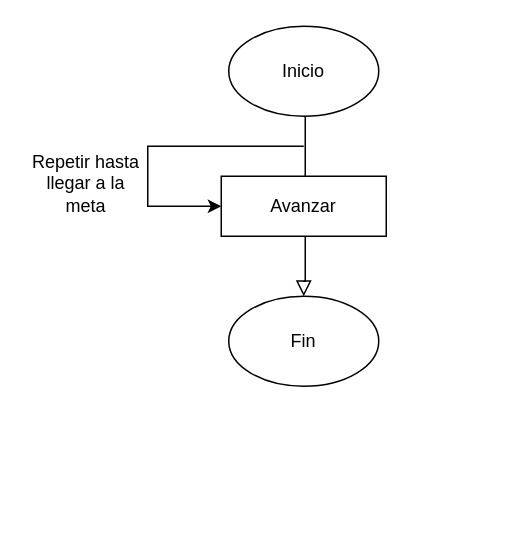
The draw.io diagram page "Maze 3" (3 of 10) of Untitled Diagram.drawio in Daniel-Cabbelt/Flowcharts, before the edit. Source tidied: cells renumbered, new cells numbered last; positions are measured from the earlier drawing's top-left corner, leaving out a move shared by most shapes. Both pictures are drawn from the tidied source at 150%, with x=0, y=0 at pixel (26, 26).
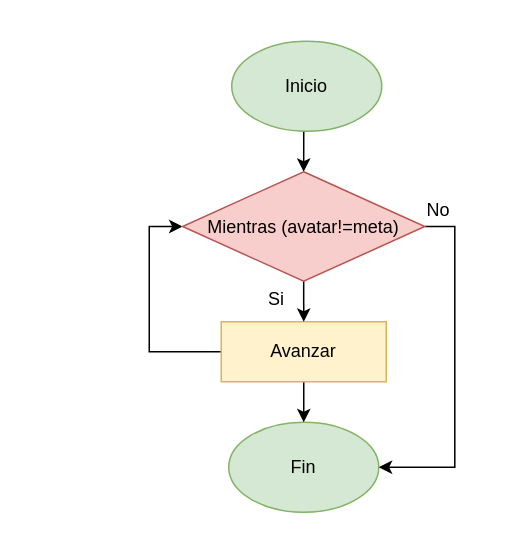
After the change.

Change to the diagram source:
```diff
@@
 <mxGraphModel>
   <root>
     <mxCell id="0" />
     <mxCell id="1" parent="0" />
-    <mxCell id="2" style="rounded=0;html=1;jettySize=auto;fontSize=11;endArrow=block;endFill=0;endSize=8;strokeWidth=1;shadow=0;labelBackgroundColor=none;edgeStyle=orthogonalEdgeStyle;entryX=0.5;entryY=0;entryDx=0;entryDy=0;" parent="1" edge="1" target="5">
-      <mxGeometry relative="1" as="geometry">
-        <mxPoint x="185" y="60" as="sourcePoint" />
-        <Array as="points">
-          <mxPoint x="186" y="60" />
-          <mxPoint x="186" y="170" />
-        </Array>
-      </mxGeometry>
-    </mxCell>
-    <mxCell id="3" style="edgeStyle=orthogonalEdgeStyle;rounded=0;jettySize=auto;html=1;entryX=0;entryY=0.5;entryDx=0;entryDy=0;" parent="1" edge="1" target="6">
-      <mxGeometry relative="1" as="geometry">
-        <mxPoint x="185" y="80" as="sourcePoint" />
-        <Array as="points">
-          <mxPoint x="81" y="80" />
-          <mxPoint x="81" y="120" />
-        </Array>
-      </mxGeometry>
-    </mxCell>
+    <mxCell id="8" style="edgeStyle=orthogonalEdgeStyle;rounded=0;jettySize=auto;html=1;exitX=0.5;exitY=1;exitDx=0;exitDy=0;entryX=0.5;entryY=0;entryDx=0;entryDy=0;" parent="1" edge="1" source="4" target="13">
+      <mxGeometry relative="1" as="geometry" />
+    </mxCell>
-    <mxCell id="4" value="Inicio" style="ellipse;whiteSpace=wrap;html=1;" parent="1" vertex="1">
-      <mxGeometry x="135" width="100" height="60" as="geometry" />
+    <mxCell id="4" value="Inicio" style="ellipse;whiteSpace=wrap;html=1;fillColor=#d5e8d4;strokeColor=#82b366;" parent="1" vertex="1">
+      <mxGeometry x="137" y="10" width="100" height="60" as="geometry" />
     </mxCell>
-    <mxCell id="5" value="Fin" style="ellipse;whiteSpace=wrap;html=1;" parent="1" vertex="1">
-      <mxGeometry x="135" y="180" width="100" height="60" as="geometry" />
+    <mxCell id="5" value="Fin" style="ellipse;whiteSpace=wrap;html=1;fillColor=#d5e8d4;strokeColor=#82b366;" parent="1" vertex="1">
+      <mxGeometry x="135" y="264" width="100" height="60" as="geometry" />
     </mxCell>
+    <mxCell id="9" style="edgeStyle=orthogonalEdgeStyle;rounded=0;jettySize=auto;html=1;exitX=0.5;exitY=1;exitDx=0;exitDy=0;entryX=0.5;entryY=0;entryDx=0;entryDy=0;" parent="1" edge="1" source="6" target="5">
+      <mxGeometry relative="1" as="geometry" />
+    </mxCell>
+    <mxCell id="10" style="edgeStyle=orthogonalEdgeStyle;rounded=0;jettySize=auto;html=1;exitX=0;exitY=0.5;exitDx=0;exitDy=0;entryX=0;entryY=0.5;entryDx=0;entryDy=0;" parent="1" edge="1" source="6" target="13">
+      <mxGeometry relative="1" as="geometry">
+        <Array as="points">
+          <mxPoint x="82" y="217" />
+          <mxPoint x="82" y="134" />
+        </Array>
+      </mxGeometry>
+    </mxCell>
-    <mxCell id="6" value="Avanzar" style="rounded=0;whiteSpace=wrap;html=1;" parent="1" vertex="1">
-      <mxGeometry x="130" y="100" width="110" height="40" as="geometry" />
+    <mxCell id="6" value="Avanzar" style="rounded=0;whiteSpace=wrap;html=1;fillColor=#fff2cc;strokeColor=#d6b656;" parent="1" vertex="1">
+      <mxGeometry x="130" y="197" width="110" height="40" as="geometry" />
     </mxCell>
-    <mxCell id="7" value="Repetir hasta llegar a la meta" style="text;html=1;align=center;verticalAlign=middle;whiteSpace=wrap;rounded=0;" parent="1" vertex="1">
-      <mxGeometry y="90" width="80" height="30" as="geometry" />
-    </mxCell>
+    <mxCell id="11" style="edgeStyle=orthogonalEdgeStyle;rounded=0;jettySize=auto;html=1;exitX=0.5;exitY=1;exitDx=0;exitDy=0;entryX=0.5;entryY=0;entryDx=0;entryDy=0;" parent="1" edge="1" source="13" target="6">
+      <mxGeometry relative="1" as="geometry" />
+    </mxCell>
+    <mxCell id="12" style="edgeStyle=orthogonalEdgeStyle;rounded=0;jettySize=auto;html=1;exitX=1;exitY=0.5;exitDx=0;exitDy=0;entryX=1;entryY=0.5;entryDx=0;entryDy=0;" parent="1" edge="1" source="13" target="5">
+      <mxGeometry relative="1" as="geometry" />
+    </mxCell>
+    <mxCell id="13" value="Mientras (avatar!=meta)" style="rhombus;whiteSpace=wrap;html=1;fillColor=#f8cecc;strokeColor=#b85450;" parent="1" vertex="1">
+      <mxGeometry x="104.2" y="97" width="161.5" height="73" as="geometry" />
+    </mxCell>
+    <mxCell id="14" value="Si" style="text;html=1;align=center;verticalAlign=middle;whiteSpace=wrap;rounded=0;" parent="1" vertex="1">
+      <mxGeometry x="137" y="167" width="60" height="30" as="geometry" />
+    </mxCell>
+    <mxCell id="15" value="No" style="text;html=1;align=center;verticalAlign=middle;whiteSpace=wrap;rounded=0;" parent="1" vertex="1">
+      <mxGeometry x="245" y="108" width="60" height="30" as="geometry" />
+    </mxCell>
   </root>
 </mxGraphModel>
```
